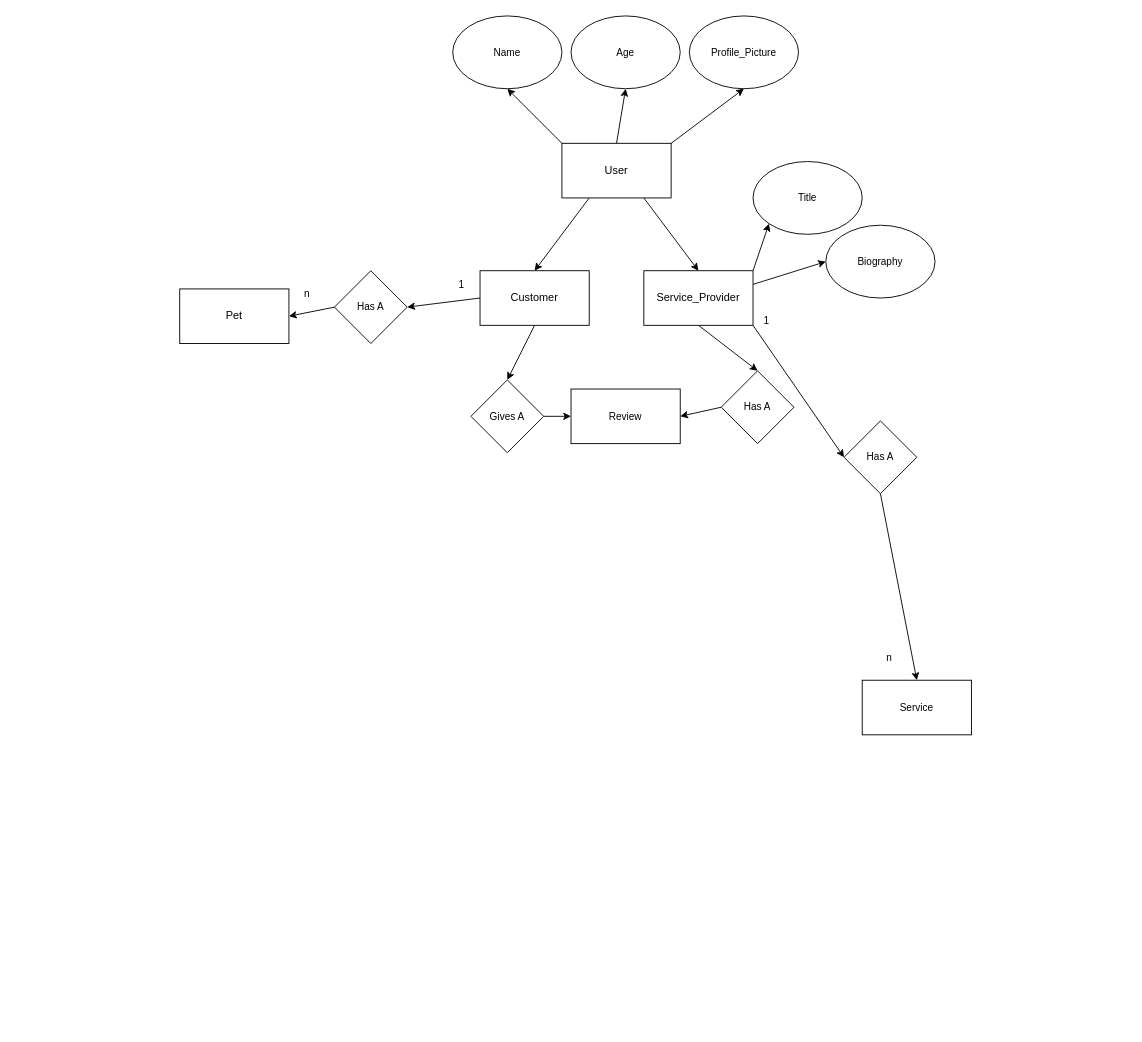
This is PetSiteDB_Design.drawio from joshWilbanks-school/StuffForPetWebsite, a draw.io file, before an edit. Source tidied: cells renumbered, new cells numbered last; positions are measured from the earlier drawing's top-left corner, leaving out a move shared by most shapes. Both pictures are drawn from the tidied source at 91%, with x=0, y=0 at pixel (179, 15).
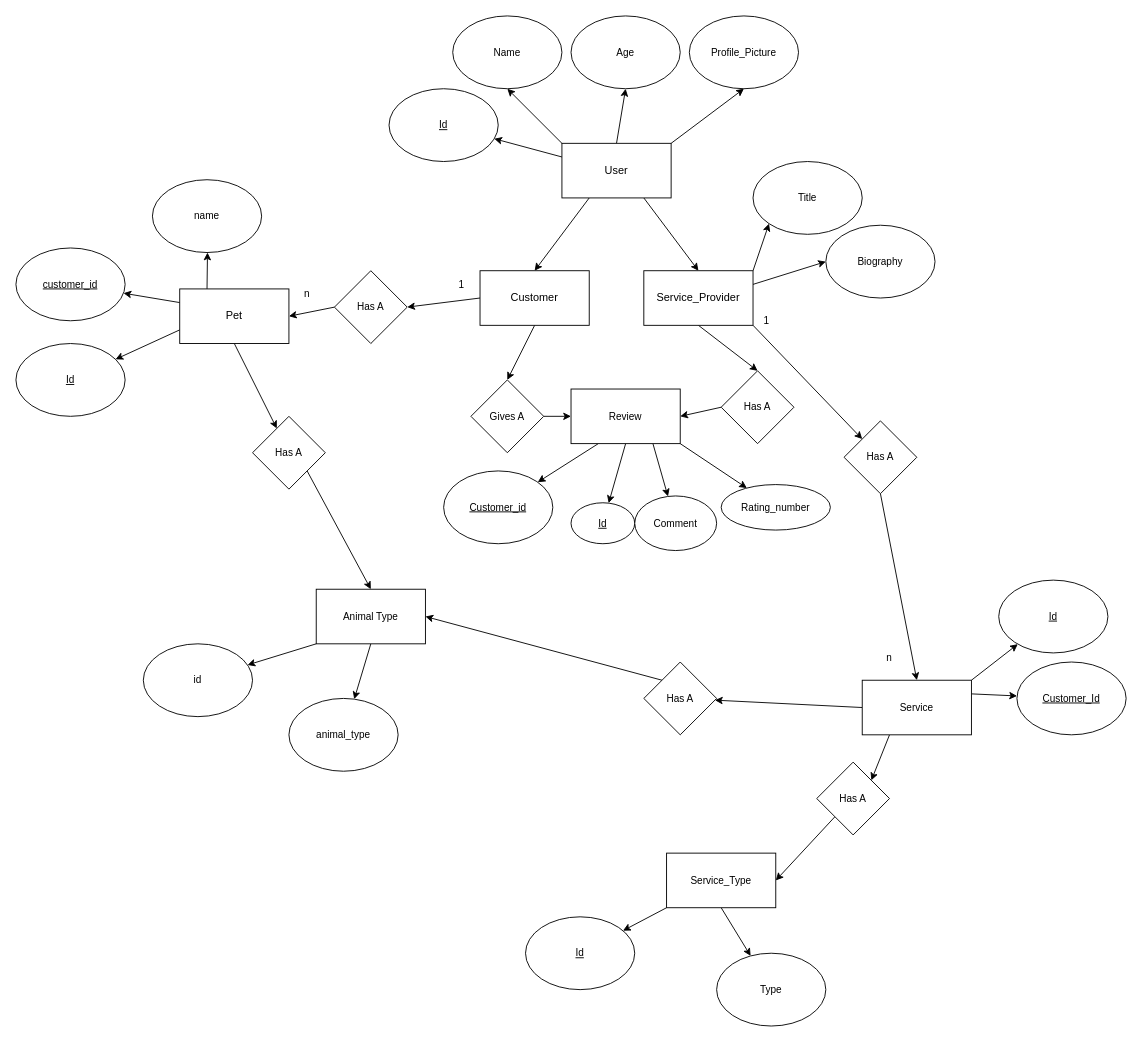
Above is the later version.

The change refers to these unchanged cells:
```xml
<mxCell id="7" value="User" style="rounded=0;whiteSpace=wrap;html=1;" parent="1" vertex="1">
  <mxGeometry x="420" y="140" width="120" height="60" as="geometry" />
</mxCell>
<mxCell id="12" value="Service_Provider" style="rounded=0;whiteSpace=wrap;html=1;" parent="1" vertex="1">
  <mxGeometry x="510" y="280" width="120" height="60" as="geometry" />
</mxCell>
<mxCell id="16" value="Pet" style="rounded=0;whiteSpace=wrap;html=1;" parent="1" vertex="1">
  <mxGeometry y="300" width="120" height="60" as="geometry" />
</mxCell>
<mxCell id="28" value="Review" style="rounded=0;whiteSpace=wrap;html=1;fontFamily=Helvetica;fontSize=11;fontColor=default;labelBackgroundColor=default;" parent="1" vertex="1">
  <mxGeometry x="430" y="410" width="120" height="60" as="geometry" />
</mxCell>
<mxCell id="31" value="Service" style="rounded=0;whiteSpace=wrap;html=1;fontFamily=Helvetica;fontSize=11;fontColor=default;labelBackgroundColor=default;" parent="1" vertex="1">
  <mxGeometry x="750" y="730" width="120" height="60" as="geometry" />
</mxCell>
<mxCell id="33" value="Has A" style="rhombus;whiteSpace=wrap;html=1;fontFamily=Helvetica;fontSize=11;fontColor=default;labelBackgroundColor=default;" parent="1" vertex="1">
  <mxGeometry x="730" y="445" width="80" height="80" as="geometry" />
</mxCell>
```

What changed in the source:
```diff
@@
+    <mxCell id="36" style="edgeStyle=none;shape=connector;rounded=0;jettySize=auto;html=1;exitX=0;exitY=0.25;exitDx=0;exitDy=0;strokeColor=default;align=center;verticalAlign=middle;fontFamily=Helvetica;fontSize=11;fontColor=default;labelBackgroundColor=default;endArrow=classic;" parent="1" edge="1" source="7" target="57">
+      <mxGeometry relative="1" as="geometry" />
+    </mxCell>
@@
-    <mxCell id="11" style="edgeStyle=none;shape=connector;rounded=0;jettySize=auto;html=1;exitX=1;exitY=1;exitDx=0;exitDy=0;entryX=0;entryY=0.5;entryDx=0;entryDy=0;strokeColor=default;align=center;verticalAlign=middle;fontFamily=Helvetica;fontSize=11;fontColor=default;labelBackgroundColor=default;endArrow=classic;" parent="1" edge="1" source="12" target="33">
+    <mxCell id="11" style="edgeStyle=none;shape=connector;rounded=0;jettySize=auto;html=1;exitX=1;exitY=1;exitDx=0;exitDy=0;entryX=0;entryY=0;entryDx=0;entryDy=0;strokeColor=default;align=center;verticalAlign=middle;fontFamily=Helvetica;fontSize=11;fontColor=default;labelBackgroundColor=default;endArrow=classic;" parent="1" edge="1" source="12" target="33">
       <mxGeometry relative="1" as="geometry" />
     </mxCell>
@@
+    <mxCell id="37" style="edgeStyle=none;shape=connector;rounded=0;jettySize=auto;html=1;exitX=0.25;exitY=0;exitDx=0;exitDy=0;strokeColor=default;align=center;verticalAlign=middle;fontFamily=Helvetica;fontSize=11;fontColor=default;labelBackgroundColor=default;endArrow=classic;" parent="1" edge="1" source="16" target="54">
+      <mxGeometry relative="1" as="geometry" />
+    </mxCell>
+    <mxCell id="38" style="edgeStyle=none;shape=connector;rounded=0;jettySize=auto;html=1;exitX=0;exitY=0.25;exitDx=0;exitDy=0;strokeColor=default;align=center;verticalAlign=middle;fontFamily=Helvetica;fontSize=11;fontColor=default;labelBackgroundColor=default;endArrow=classic;" parent="1" edge="1" source="16" target="55">
+      <mxGeometry relative="1" as="geometry" />
+    </mxCell>
+    <mxCell id="39" style="edgeStyle=none;shape=connector;rounded=0;jettySize=auto;html=1;exitX=0;exitY=0.75;exitDx=0;exitDy=0;strokeColor=default;align=center;verticalAlign=middle;fontFamily=Helvetica;fontSize=11;fontColor=default;labelBackgroundColor=default;endArrow=classic;" parent="1" edge="1" source="16" target="56">
+      <mxGeometry relative="1" as="geometry" />
+    </mxCell>
+    <mxCell id="40" style="edgeStyle=none;shape=connector;rounded=0;jettySize=auto;html=1;exitX=0.5;exitY=1;exitDx=0;exitDy=0;strokeColor=default;align=center;verticalAlign=middle;fontFamily=Helvetica;fontSize=11;fontColor=default;labelBackgroundColor=default;endArrow=classic;" parent="1" edge="1" source="16" target="59">
+      <mxGeometry relative="1" as="geometry" />
+    </mxCell>
@@
+    <mxCell id="41" style="edgeStyle=none;shape=connector;rounded=0;jettySize=auto;html=1;exitX=0.25;exitY=1;exitDx=0;exitDy=0;strokeColor=default;align=center;verticalAlign=middle;fontFamily=Helvetica;fontSize=11;fontColor=default;labelBackgroundColor=default;endArrow=classic;" parent="1" edge="1" source="28" target="62">
+      <mxGeometry relative="1" as="geometry" />
+    </mxCell>
+    <mxCell id="42" style="edgeStyle=none;shape=connector;rounded=0;jettySize=auto;html=1;exitX=0.5;exitY=1;exitDx=0;exitDy=0;strokeColor=default;align=center;verticalAlign=middle;fontFamily=Helvetica;fontSize=11;fontColor=default;labelBackgroundColor=default;endArrow=classic;" parent="1" edge="1" source="28" target="63">
+      <mxGeometry relative="1" as="geometry" />
+    </mxCell>
+    <mxCell id="43" style="edgeStyle=none;shape=connector;rounded=0;jettySize=auto;html=1;exitX=0.75;exitY=1;exitDx=0;exitDy=0;strokeColor=default;align=center;verticalAlign=middle;fontFamily=Helvetica;fontSize=11;fontColor=default;labelBackgroundColor=default;endArrow=classic;" parent="1" edge="1" source="28" target="64">
+      <mxGeometry relative="1" as="geometry" />
+    </mxCell>
+    <mxCell id="44" style="edgeStyle=none;shape=connector;rounded=0;jettySize=auto;html=1;exitX=1;exitY=1;exitDx=0;exitDy=0;strokeColor=default;align=center;verticalAlign=middle;fontFamily=Helvetica;fontSize=11;fontColor=default;labelBackgroundColor=default;endArrow=classic;" parent="1" edge="1" source="28" target="65">
+      <mxGeometry relative="1" as="geometry" />
+    </mxCell>
@@
+    <mxCell id="45" style="edgeStyle=none;shape=connector;rounded=0;jettySize=auto;html=1;exitX=0;exitY=0.5;exitDx=0;exitDy=0;strokeColor=default;align=center;verticalAlign=middle;fontFamily=Helvetica;fontSize=11;fontColor=default;labelBackgroundColor=default;endArrow=classic;" parent="1" edge="1" source="31" target="61">
+      <mxGeometry relative="1" as="geometry" />
+    </mxCell>
+    <mxCell id="46" style="edgeStyle=none;shape=connector;rounded=0;jettySize=auto;html=1;exitX=0.25;exitY=1;exitDx=0;exitDy=0;strokeColor=default;align=center;verticalAlign=middle;fontFamily=Helvetica;fontSize=11;fontColor=default;labelBackgroundColor=default;endArrow=classic;entryX=1;entryY=0;entryDx=0;entryDy=0;" parent="1" edge="1" source="31" target="70">
+      <mxGeometry relative="1" as="geometry" />
+    </mxCell>
+    <mxCell id="47" style="edgeStyle=none;shape=connector;rounded=0;jettySize=auto;html=1;exitX=1;exitY=0;exitDx=0;exitDy=0;strokeColor=default;align=center;verticalAlign=middle;fontFamily=Helvetica;fontSize=11;fontColor=default;labelBackgroundColor=default;endArrow=classic;" parent="1" edge="1" source="31" target="71">
+      <mxGeometry relative="1" as="geometry" />
+    </mxCell>
+    <mxCell id="48" style="edgeStyle=none;shape=connector;rounded=0;jettySize=auto;html=1;exitX=1;exitY=0.25;exitDx=0;exitDy=0;strokeColor=default;align=center;verticalAlign=middle;fontFamily=Helvetica;fontSize=11;fontColor=default;labelBackgroundColor=default;endArrow=classic;" parent="1" edge="1" source="31" target="72">
+      <mxGeometry relative="1" as="geometry" />
+    </mxCell>
@@
+    <mxCell id="49" style="edgeStyle=none;shape=connector;rounded=0;jettySize=auto;html=1;exitX=0;exitY=1;exitDx=0;exitDy=0;strokeColor=default;align=center;verticalAlign=middle;fontFamily=Helvetica;fontSize=11;fontColor=default;labelBackgroundColor=default;endArrow=classic;" parent="1" edge="1" source="51" target="52">
+      <mxGeometry relative="1" as="geometry" />
+    </mxCell>
+    <mxCell id="50" style="edgeStyle=none;shape=connector;rounded=0;jettySize=auto;html=1;exitX=0.5;exitY=1;exitDx=0;exitDy=0;strokeColor=default;align=center;verticalAlign=middle;fontFamily=Helvetica;fontSize=11;fontColor=default;labelBackgroundColor=default;endArrow=classic;" parent="1" edge="1" source="51" target="53">
+      <mxGeometry relative="1" as="geometry" />
+    </mxCell>
+    <mxCell id="51" value="Animal Type" style="rounded=0;whiteSpace=wrap;html=1;fontFamily=Helvetica;fontSize=11;fontColor=default;labelBackgroundColor=default;" parent="1" vertex="1">
+      <mxGeometry x="150" y="630" width="120" height="60" as="geometry" />
+    </mxCell>
+    <mxCell id="52" value="id" style="ellipse;whiteSpace=wrap;html=1;fontFamily=Helvetica;fontSize=11;fontColor=default;labelBackgroundColor=default;" parent="1" vertex="1">
+      <mxGeometry x="-40" y="690" width="120" height="80" as="geometry" />
+    </mxCell>
+    <mxCell id="53" value="animal_type" style="ellipse;whiteSpace=wrap;html=1;fontFamily=Helvetica;fontSize=11;fontColor=default;labelBackgroundColor=default;" parent="1" vertex="1">
+      <mxGeometry x="120" y="750" width="120" height="80" as="geometry" />
+    </mxCell>
+    <mxCell id="54" value="name" style="ellipse;whiteSpace=wrap;html=1;fontFamily=Helvetica;fontSize=11;fontColor=default;labelBackgroundColor=default;" parent="1" vertex="1">
+      <mxGeometry x="-30" y="180" width="120" height="80" as="geometry" />
+    </mxCell>
+    <mxCell id="55" value="customer_id" style="ellipse;whiteSpace=wrap;html=1;fontFamily=Helvetica;fontSize=11;fontColor=default;labelBackgroundColor=default;fontStyle=4;" parent="1" vertex="1">
+      <mxGeometry x="-180" y="255" width="120" height="80" as="geometry" />
+    </mxCell>
+    <mxCell id="56" value="Id" style="ellipse;whiteSpace=wrap;html=1;fontFamily=Helvetica;fontSize=11;fontColor=default;labelBackgroundColor=default;fontStyle=4;" parent="1" vertex="1">
+      <mxGeometry x="-180" y="360" width="120" height="80" as="geometry" />
+    </mxCell>
+    <mxCell id="57" value="&lt;u&gt;Id&lt;/u&gt;" style="ellipse;whiteSpace=wrap;html=1;fontFamily=Helvetica;fontSize=11;fontColor=default;labelBackgroundColor=default;" parent="1" vertex="1">
+      <mxGeometry x="230" y="80" width="120" height="80" as="geometry" />
+    </mxCell>
+    <mxCell id="58" style="edgeStyle=none;shape=connector;rounded=0;jettySize=auto;html=1;exitX=1;exitY=1;exitDx=0;exitDy=0;entryX=0.5;entryY=0;entryDx=0;entryDy=0;strokeColor=default;align=center;verticalAlign=middle;fontFamily=Helvetica;fontSize=11;fontColor=default;labelBackgroundColor=default;endArrow=classic;" parent="1" edge="1" source="59" target="51">
+      <mxGeometry relative="1" as="geometry" />
+    </mxCell>
+    <mxCell id="59" value="Has A" style="rhombus;whiteSpace=wrap;html=1;fontFamily=Helvetica;fontSize=11;fontColor=default;labelBackgroundColor=default;" parent="1" vertex="1">
+      <mxGeometry x="80" y="440" width="80" height="80" as="geometry" />
+    </mxCell>
+    <mxCell id="60" style="edgeStyle=none;shape=connector;rounded=0;jettySize=auto;html=1;exitX=0;exitY=0;exitDx=0;exitDy=0;entryX=1;entryY=0.5;entryDx=0;entryDy=0;strokeColor=default;align=center;verticalAlign=middle;fontFamily=Helvetica;fontSize=11;fontColor=default;labelBackgroundColor=default;endArrow=classic;" parent="1" edge="1" source="61" target="51">
+      <mxGeometry relative="1" as="geometry" />
+    </mxCell>
+    <mxCell id="61" value="Has A" style="rhombus;whiteSpace=wrap;html=1;fontFamily=Helvetica;fontSize=11;fontColor=default;labelBackgroundColor=default;" parent="1" vertex="1">
+      <mxGeometry x="510" y="710" width="80" height="80" as="geometry" />
+    </mxCell>
+    <mxCell id="62" value="&lt;u&gt;Customer_id&lt;/u&gt;" style="ellipse;whiteSpace=wrap;html=1;fontFamily=Helvetica;fontSize=11;fontColor=default;labelBackgroundColor=default;" parent="1" vertex="1">
+      <mxGeometry x="290" y="500" width="120" height="80" as="geometry" />
+    </mxCell>
+    <mxCell id="63" value="&lt;u&gt;Id&lt;/u&gt;" style="ellipse;whiteSpace=wrap;html=1;fontFamily=Helvetica;fontSize=11;fontColor=default;labelBackgroundColor=default;" parent="1" vertex="1">
+      <mxGeometry x="430" y="535" width="70" height="45" as="geometry" />
+    </mxCell>
+    <mxCell id="64" value="Comment" style="ellipse;whiteSpace=wrap;html=1;fontFamily=Helvetica;fontSize=11;fontColor=default;labelBackgroundColor=default;" parent="1" vertex="1">
+      <mxGeometry x="500" y="527.5" width="90" height="60" as="geometry" />
+    </mxCell>
+    <mxCell id="65" value="Rating_number" style="ellipse;whiteSpace=wrap;html=1;fontFamily=Helvetica;fontSize=11;fontColor=default;labelBackgroundColor=default;" parent="1" vertex="1">
+      <mxGeometry x="595" y="515" width="120" height="50" as="geometry" />
+    </mxCell>
+    <mxCell id="66" style="edgeStyle=none;shape=connector;rounded=0;jettySize=auto;html=1;exitX=0;exitY=1;exitDx=0;exitDy=0;strokeColor=default;align=center;verticalAlign=middle;fontFamily=Helvetica;fontSize=11;fontColor=default;labelBackgroundColor=default;endArrow=classic;" parent="1" edge="1" source="68" target="73">
+      <mxGeometry relative="1" as="geometry" />
+    </mxCell>
+    <mxCell id="67" style="edgeStyle=none;shape=connector;rounded=0;jettySize=auto;html=1;exitX=0.5;exitY=1;exitDx=0;exitDy=0;strokeColor=default;align=center;verticalAlign=middle;fontFamily=Helvetica;fontSize=11;fontColor=default;labelBackgroundColor=default;endArrow=classic;" parent="1" edge="1" source="68" target="74">
+      <mxGeometry relative="1" as="geometry" />
+    </mxCell>
+    <mxCell id="68" value="Service_Type" style="rounded=0;whiteSpace=wrap;html=1;fontFamily=Helvetica;fontSize=11;fontColor=default;labelBackgroundColor=default;" parent="1" vertex="1">
+      <mxGeometry x="535" y="920" width="120" height="60" as="geometry" />
+    </mxCell>
+    <mxCell id="69" style="edgeStyle=none;shape=connector;rounded=0;jettySize=auto;html=1;exitX=0;exitY=1;exitDx=0;exitDy=0;entryX=1;entryY=0.5;entryDx=0;entryDy=0;strokeColor=default;align=center;verticalAlign=middle;fontFamily=Helvetica;fontSize=11;fontColor=default;labelBackgroundColor=default;endArrow=classic;" parent="1" edge="1" source="70" target="68">
+      <mxGeometry relative="1" as="geometry" />
+    </mxCell>
+    <mxCell id="70" value="Has A" style="rhombus;whiteSpace=wrap;html=1;fontFamily=Helvetica;fontSize=11;fontColor=default;labelBackgroundColor=default;" parent="1" vertex="1">
+      <mxGeometry x="700" y="820" width="80" height="80" as="geometry" />
+    </mxCell>
+    <mxCell id="71" value="&lt;u&gt;Id&lt;/u&gt;" style="ellipse;whiteSpace=wrap;html=1;fontFamily=Helvetica;fontSize=11;fontColor=default;labelBackgroundColor=default;" parent="1" vertex="1">
+      <mxGeometry x="900" y="620" width="120" height="80" as="geometry" />
+    </mxCell>
+    <mxCell id="72" value="Customer_Id" style="ellipse;whiteSpace=wrap;html=1;fontFamily=Helvetica;fontSize=11;fontColor=default;labelBackgroundColor=default;fontStyle=4;" parent="1" vertex="1">
+      <mxGeometry x="920" y="710" width="120" height="80" as="geometry" />
+    </mxCell>
+    <mxCell id="73" value="&lt;u&gt;Id&lt;/u&gt;" style="ellipse;whiteSpace=wrap;html=1;fontFamily=Helvetica;fontSize=11;fontColor=default;labelBackgroundColor=default;" parent="1" vertex="1">
+      <mxGeometry x="380" y="990" width="120" height="80" as="geometry" />
+    </mxCell>
+    <mxCell id="74" value="Type" style="ellipse;whiteSpace=wrap;html=1;fontFamily=Helvetica;fontSize=11;fontColor=default;labelBackgroundColor=default;" parent="1" vertex="1">
+      <mxGeometry x="590" y="1030" width="120" height="80" as="geometry" />
+    </mxCell>
```
